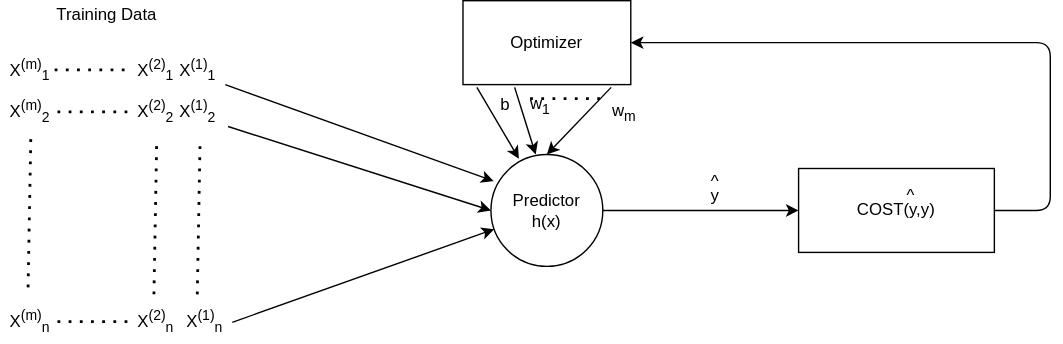
This is assets/images/supervised/M-training-network.svg from ronen567/just-the-docs, a draw.io export, as it was before one commit. Source tidied: cells renumbered, new cells last; positions are measured from the earlier drawing's top-left corner, leaving out a move shared by most shapes.
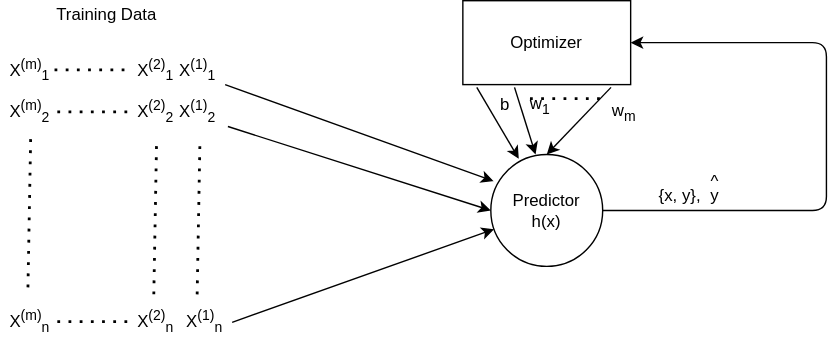
Above is the later version.

Diff of the diagram source:
```diff
@@ -88,32 +88,15 @@
     <mxCell id="24" value="w&lt;sub&gt;m&lt;/sub&gt;" style="text;html=1;align=center;verticalAlign=middle;" parent="1" vertex="1">
       <mxGeometry x="430" y="70" width="30" height="20" as="geometry" />
     </mxCell>
-    <mxCell id="25" value="COST(y,y)" style="rounded=0;whiteSpace=wrap;html=1;" parent="1" vertex="1">
-      <mxGeometry x="570" y="120" width="140" height="60" as="geometry" />
-    </mxCell>
     <mxCell id="26" value="y" style="text;html=1;align=center;verticalAlign=middle;" parent="1" vertex="1">
       <mxGeometry x="500" y="130" width="20" height="20" as="geometry" />
     </mxCell>
     <mxCell id="27" value="^" style="text;html=1;align=center;verticalAlign=middle;" parent="1" vertex="1">
       <mxGeometry x="500" y="120" width="20" height="20" as="geometry" />
     </mxCell>
-    <mxCell id="28" style="endArrow=classic;html=1;exitX=1;exitY=0.5;exitDx=0;exitDy=0;entryX=0;entryY=0.5;entryDx=0;entryDy=0;" parent="1" edge="1" source="2" target="25">
-      <mxGeometry relative="1" as="geometry" />
-    </mxCell>
-    <mxCell id="29" value="^" style="text;html=1;align=center;verticalAlign=middle;" parent="1" vertex="1">
-      <mxGeometry x="640" y="130" width="20" height="20" as="geometry" />
-    </mxCell>
     <mxCell id="30" value="Optimizer" style="rounded=0;whiteSpace=wrap;html=1;" parent="1" vertex="1">
       <mxGeometry x="330" width="120" height="60" as="geometry" />
     </mxCell>
-    <mxCell id="31" style="endArrow=classic;html=1;exitX=1;exitY=0.5;exitDx=0;exitDy=0;entryX=1;entryY=0.5;entryDx=0;entryDy=0;" parent="1" edge="1" source="25" target="30">
-      <mxGeometry relative="1" as="geometry">
-        <Array as="points">
-          <mxPoint x="750" y="150" />
-          <mxPoint x="750" y="30" />
-        </Array>
-      </mxGeometry>
-    </mxCell>
     <mxCell id="32" style="endArrow=classic;html=1;exitX=0.083;exitY=1.033;exitDx=0;exitDy=0;exitPerimeter=0;entryX=0.25;entryY=0.038;entryDx=0;entryDy=0;entryPerimeter=0;" parent="1" edge="1" source="30" target="2">
       <mxGeometry relative="1" as="geometry" />
     </mxCell>
@@ -129,5 +112,16 @@
         <mxPoint x="430" y="70" as="targetPoint" />
       </mxGeometry>
     </mxCell>
+    <mxCell id="36" value="{x, y}," style="text;html=1;align=center;verticalAlign=middle;" parent="1" vertex="1">
+      <mxGeometry x="460" y="130" width="50" height="20" as="geometry" />
+    </mxCell>
+    <mxCell id="37" style="endArrow=classic;html=1;exitX=1;exitY=0.5;exitDx=0;exitDy=0;entryX=1;entryY=0.5;entryDx=0;entryDy=0;" parent="1" edge="1" source="2" target="30">
+      <mxGeometry relative="1" as="geometry">
+        <Array as="points">
+          <mxPoint x="590" y="150" />
+          <mxPoint x="590" y="30" />
+        </Array>
+      </mxGeometry>
+    </mxCell>
   </root>
 </mxGraphModel>
```
